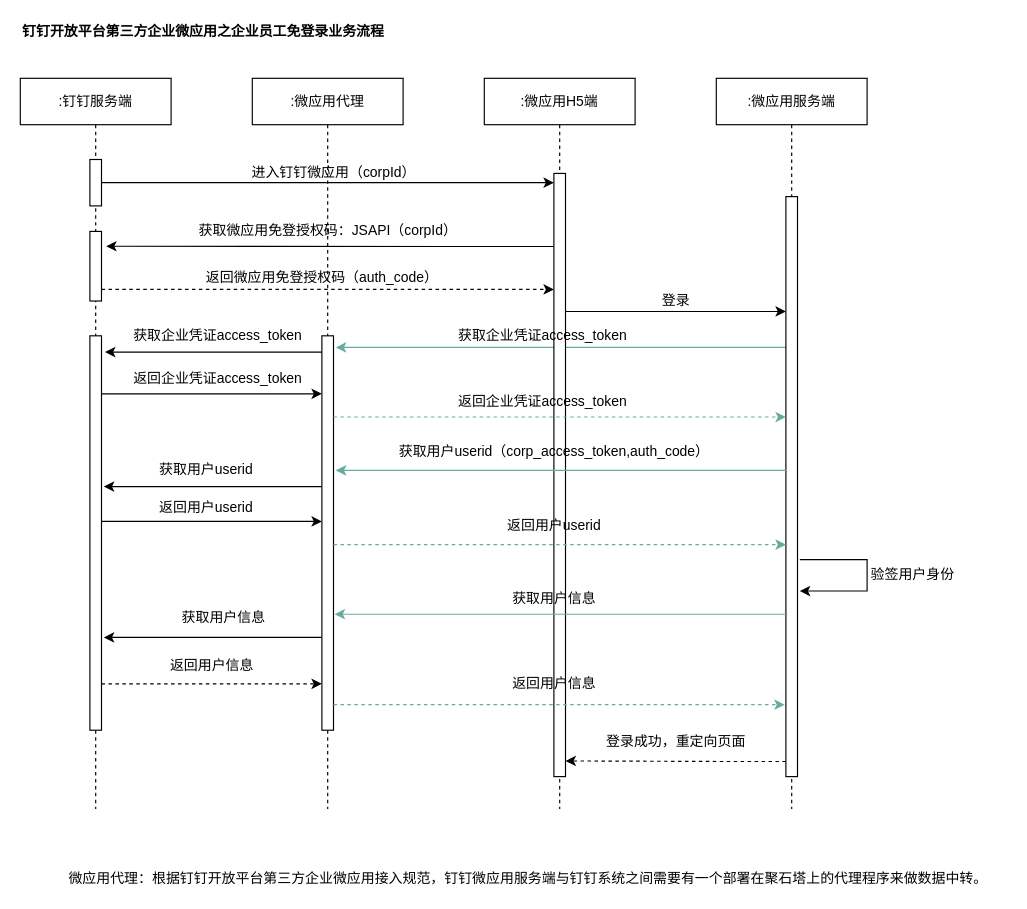
Earlier version of the draw.io diagram page "dingtalk_openapi_ent_001" (2 of 8) of src/work/flyby/present/dingtalk.drawio (ab-doc/draw.io). Source tidied: cells renumbered, new cells numbered last; positions are measured from the earlier drawing's top-left corner, leaving out a move shared by most shapes. Both pictures are drawn from the tidied source at 116%, with x=0, y=0 at pixel (20, 20).
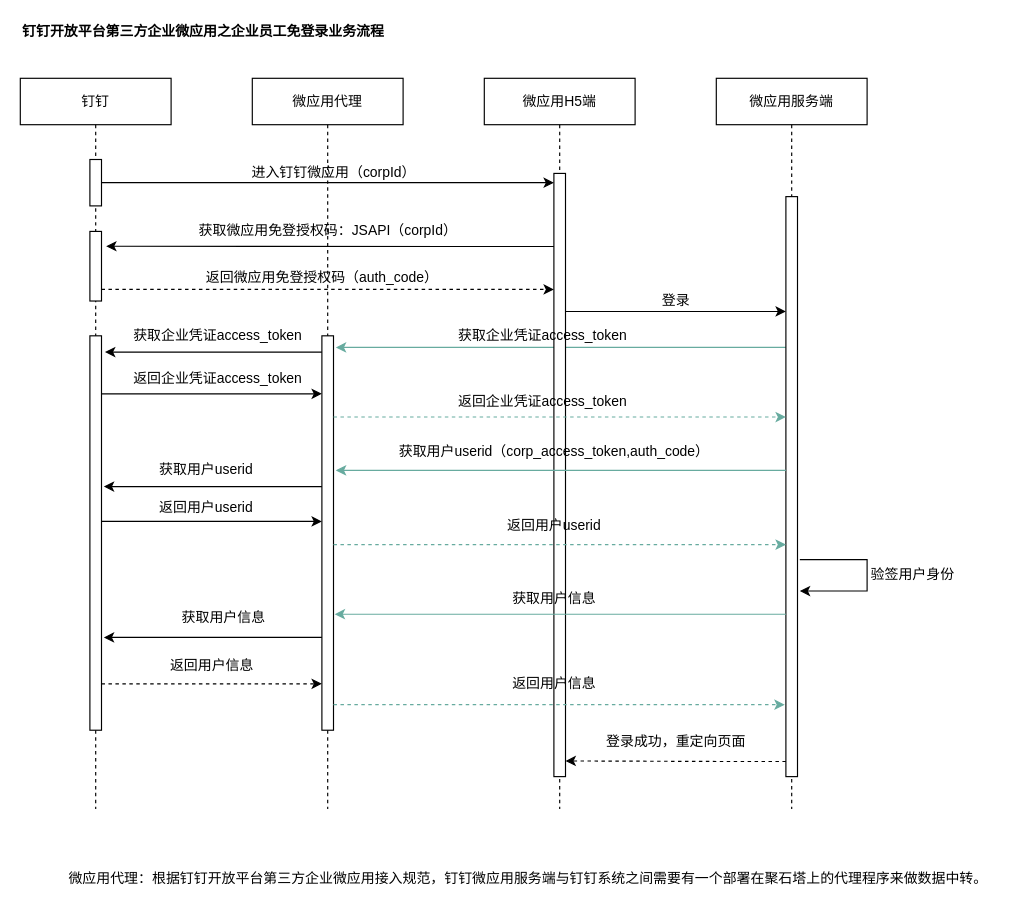
The same page after the edit.

The edit, as a diff of the source:
```diff
@@
-    <mxCell id="3" value=":钉钉服务端" style="shape=umlLifeline;perimeter=lifelinePerimeter;whiteSpace=wrap;html=1;" parent="1" vertex="1">
+    <mxCell id="3" value="钉钉" style="shape=umlLifeline;perimeter=lifelinePerimeter;whiteSpace=wrap;html=1;" parent="1" vertex="1">
       <mxGeometry y="50" width="130" height="630" as="geometry" />
     </mxCell>
@@
-    <mxCell id="7" value=":微应用代理" style="shape=umlLifeline;perimeter=lifelinePerimeter;whiteSpace=wrap;html=1;" parent="1" vertex="1">
+    <mxCell id="7" value="微应用代理" style="shape=umlLifeline;perimeter=lifelinePerimeter;whiteSpace=wrap;html=1;" parent="1" vertex="1">
       <mxGeometry x="200" y="50" width="130" height="630" as="geometry" />
     </mxCell>
@@
-    <mxCell id="9" value=":微应用H5端" style="shape=umlLifeline;perimeter=lifelinePerimeter;whiteSpace=wrap;html=1;" parent="1" vertex="1">
+    <mxCell id="9" value="微应用H5端" style="shape=umlLifeline;perimeter=lifelinePerimeter;whiteSpace=wrap;html=1;" parent="1" vertex="1">
       <mxGeometry x="400" y="50" width="130" height="630" as="geometry" />
     </mxCell>
@@
-    <mxCell id="12" value=":微应用服务端" style="shape=umlLifeline;perimeter=lifelinePerimeter;whiteSpace=wrap;html=1;" parent="1" vertex="1">
+    <mxCell id="12" value="微应用服务端" style="shape=umlLifeline;perimeter=lifelinePerimeter;whiteSpace=wrap;html=1;" parent="1" vertex="1">
       <mxGeometry x="600" y="50" width="130" height="630" as="geometry" />
     </mxCell>
```
